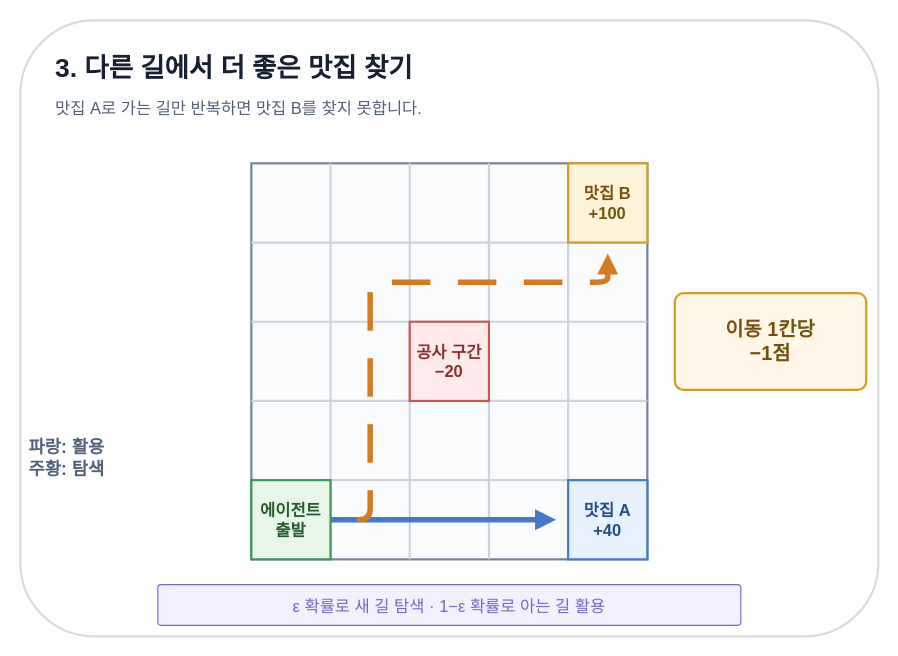
The draw.io diagram page "3 탐색과 활용" (3 of 4) of site/src/assets/diagrams/restaurant-reinforcement-learning.drawio in jongbob1918/jongbob1918.github.io, before the edit. Source tidied: cells renumbered, new cells numbered last; positions are measured from the earlier drawing's top-left corner, leaving out a move shared by most shapes. Both pictures are drawn from the tidied source at 110%, with x=0, y=0 at pixel (20, 20).
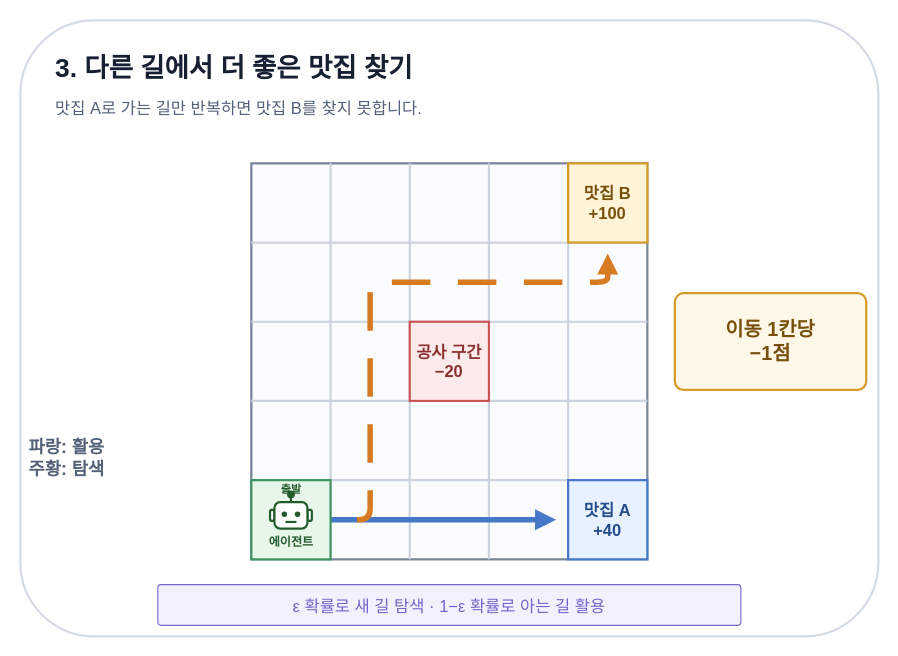
The same diagram, later.

Change to the diagram source:
```diff
@@
-    <mxCell id="17" value="에이전트&#10;출발" style="rounded=0;arcSize=0;whiteSpace=wrap;html=1;fillColor=#e8f5e9;strokeColor=#3c9460;strokeWidth=2;fontSize=15;fontColor=#245b2c;fontStyle=1;align=center;verticalAlign=middle;" parent="1" vertex="1">
+    <mxCell id="17" style="rounded=0;arcSize=0;whiteSpace=wrap;html=1;fillColor=#e8f5e9;strokeColor=#3c9460;strokeWidth=2;fontSize=15;fontColor=#245b2c;fontStyle=1;align=center;verticalAlign=middle;" parent="1" vertex="1">
       <mxGeometry x="210" y="418" width="72" height="72" as="geometry" />
     </mxCell>
@@
+    <mxCell id="23" value="출발" style="text;html=1;strokeColor=none;fillColor=none;align=center;verticalAlign=middle;fontSize=10;fontColor=#245b2c;fontStyle=1;" parent="1" vertex="1">
+      <mxGeometry x="213" y="419" width="66" height="14" as="geometry" />
+    </mxCell>
+    <mxCell id="24" style="endArrow=none;html=1;strokeColor=#245b2c;strokeWidth=2;" parent="1" edge="1">
+      <mxGeometry relative="1" as="geometry">
+        <mxPoint x="246" y="432" as="sourcePoint" />
+        <mxPoint x="246" y="438" as="targetPoint" />
+      </mxGeometry>
+    </mxCell>
+    <mxCell id="25" style="ellipse;whiteSpace=wrap;html=1;fillColor=#245b2c;strokeColor=#245b2c;strokeWidth=1;" parent="1" vertex="1">
+      <mxGeometry x="243" y="428" width="6" height="6" as="geometry" />
+    </mxCell>
+    <mxCell id="26" style="rounded=1;arcSize=40;fillColor=#ffffff;strokeColor=#245b2c;strokeWidth=2;" parent="1" vertex="1">
+      <mxGeometry x="227" y="445" width="4" height="10" as="geometry" />
+    </mxCell>
+    <mxCell id="27" style="rounded=1;arcSize=40;fillColor=#ffffff;strokeColor=#245b2c;strokeWidth=2;" parent="1" vertex="1">
+      <mxGeometry x="261" y="445" width="4" height="10" as="geometry" />
+    </mxCell>
+    <mxCell id="28" style="rounded=1;arcSize=22;fillColor=#ffffff;strokeColor=#245b2c;strokeWidth=2;" parent="1" vertex="1">
+      <mxGeometry x="231" y="438" width="30" height="24" as="geometry" />
+    </mxCell>
+    <mxCell id="29" style="ellipse;fillColor=#245b2c;strokeColor=#245b2c;strokeWidth=1;" parent="1" vertex="1">
+      <mxGeometry x="238" y="447" width="4" height="4" as="geometry" />
+    </mxCell>
+    <mxCell id="30" style="ellipse;fillColor=#245b2c;strokeColor=#245b2c;strokeWidth=1;" parent="1" vertex="1">
+      <mxGeometry x="250" y="447" width="4" height="4" as="geometry" />
+    </mxCell>
+    <mxCell id="31" style="endArrow=none;html=1;strokeColor=#245b2c;strokeWidth=2;" parent="1" edge="1">
+      <mxGeometry relative="1" as="geometry">
+        <mxPoint x="241" y="456" as="sourcePoint" />
+        <mxPoint x="251" y="456" as="targetPoint" />
+      </mxGeometry>
+    </mxCell>
+    <mxCell id="32" value="에이전트" style="text;html=1;strokeColor=none;fillColor=none;align=center;verticalAlign=middle;fontSize=11;fontColor=#245b2c;fontStyle=1;" parent="1" vertex="1">
+      <mxGeometry x="214" y="464" width="64" height="19" as="geometry" />
+    </mxCell>
```
